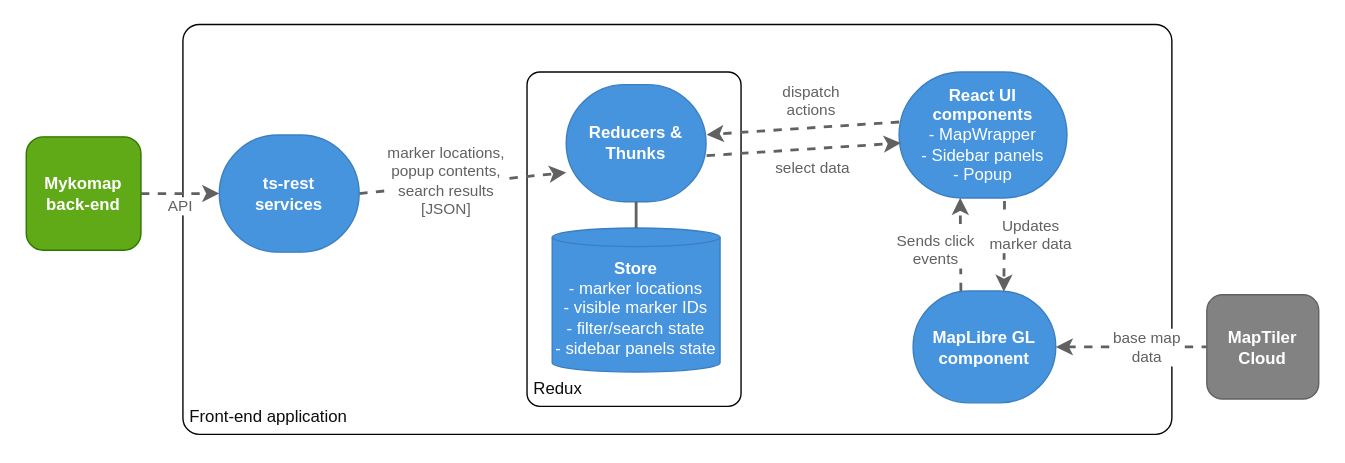
This is docs/images/architecture-front-end.drawio.svg from DigitalCommons/mykomap-monolith, a draw.io export, as it was before one commit. Source tidied: cells renumbered, new cells last; positions are measured from the earlier drawing's top-left corner, leaving out a move shared by most shapes.
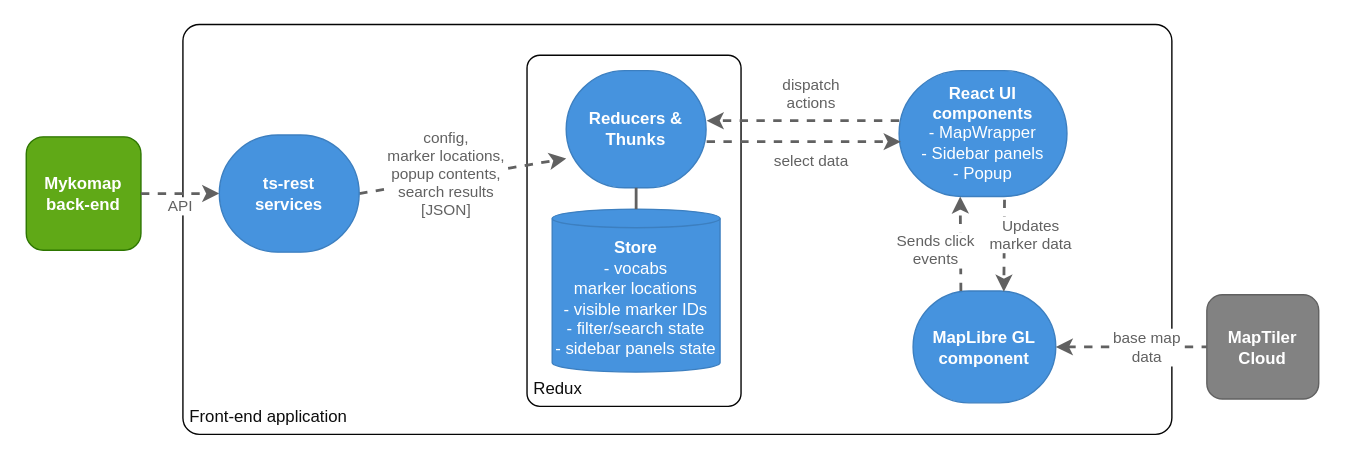
Above is the later version.

Commit message:
[front-end] Docs update

The edit, as a diff of the source:
```diff
@@ -9,7 +9,7 @@
       <mxGeometry x="130" y="17" width="707" height="293" as="geometry" />
     </mxCell>
     <mxCell id="4" value="&lt;b&gt;React UI components&lt;/b&gt;&lt;br&gt;- MapWrapper&lt;br&gt;- Sidebar panels&lt;br&gt;- Popup" style="rounded=1;whiteSpace=wrap;html=1;fillColor=#4693DE;strokeColor=#3c7fc0;fontColor=#ffffff;arcSize=50;" parent="1" vertex="1">
-      <mxGeometry x="642" y="51" width="120" height="90" as="geometry" />
+      <mxGeometry x="642" y="50" width="120" height="90" as="geometry" />
     </mxCell>
     <mxCell id="5" value="&lt;b&gt;Mykomap&lt;br&gt;back-end&lt;br&gt;&lt;/b&gt;" style="rounded=1;whiteSpace=wrap;html=1;fillColor=#60a917;strokeColor=#2D7600;fontColor=#ffffff;" parent="1" vertex="1">
       <mxGeometry x="18" y="97.3" width="82" height="81.1" as="geometry" />
@@ -21,7 +21,7 @@
       <mxGeometry x="0.25" y="19" relative="1" as="geometry" />
     </mxCell>
     <mxCell id="8" value="Redux" style="rounded=1;whiteSpace=wrap;html=1;labelBackgroundColor=none;strokeColor=#050505;fontColor=#0D0D0D;fillColor=#FFFFFF;arcSize=6;align=left;verticalAlign=bottom;spacing=5;perimeterSpacing=0;" parent="1" vertex="1">
-      <mxGeometry x="376" y="51" width="153" height="239" as="geometry" />
+      <mxGeometry x="376" y="39" width="153" height="251" as="geometry" />
     </mxCell>
     <mxCell id="9" value="dispatch&lt;br&gt;actions" style="endArrow=classic;html=1;entryX=1.004;entryY=0.427;entryDx=0;entryDy=0;exitX=0;exitY=0.397;exitDx=0;exitDy=0;dashed=1;strokeWidth=2;strokeColor=#616161;labelBackgroundColor=#FFFFFF;fontColor=#616161;horizontal=1;verticalAlign=bottom;exitPerimeter=0;entryPerimeter=0;" parent="1" edge="1" source="4" target="12">
       <mxGeometry x="-0.1" y="-4" relative="1" as="geometry">
@@ -31,11 +31,11 @@
     <mxCell id="10" value="select data" style="endArrow=classic;html=1;dashed=1;strokeWidth=2;strokeColor=#616161;labelBackgroundColor=#FFFFFF;fontColor=#616161;exitX=1.004;exitY=0.606;exitDx=0;exitDy=0;verticalAlign=middle;horizontal=1;entryX=0.01;entryY=0.564;entryDx=0;entryDy=0;exitPerimeter=0;entryPerimeter=0;" parent="1" edge="1" source="12" target="4">
       <mxGeometry x="0.08" y="-14" relative="1" as="geometry" />
     </mxCell>
-    <mxCell id="11" value="&lt;font&gt;&lt;b&gt;Store&lt;/b&gt;&lt;br&gt;- marker locations&lt;br&gt;- visible marker IDs&lt;br&gt;- filter/search state&lt;br&gt;- sidebar panels state&lt;br&gt;&lt;/font&gt;" style="shape=cylinder3;whiteSpace=wrap;html=1;boundedLbl=1;backgroundOutline=1;size=6.64705882352942;labelBackgroundColor=none;strokeColor=#3c7fc0;fontColor=#FFFFFF;fillColor=#4693DE;rounded=1;" parent="1" vertex="1">
-      <mxGeometry x="394" y="162.5" width="120" height="103" as="geometry" />
+    <mxCell id="11" value="&lt;font&gt;&lt;b&gt;Store&lt;/b&gt;&lt;br&gt;- vocabs&lt;br&gt;marker locations&lt;br&gt;- visible marker IDs&lt;br&gt;- filter/search state&lt;br&gt;- sidebar panels state&lt;br&gt;&lt;/font&gt;" style="shape=cylinder3;whiteSpace=wrap;html=1;boundedLbl=1;backgroundOutline=1;size=6.64705882352942;labelBackgroundColor=none;strokeColor=#3c7fc0;fontColor=#FFFFFF;fillColor=#4693DE;rounded=1;" parent="1" vertex="1">
+      <mxGeometry x="394" y="149" width="120" height="116.5" as="geometry" />
     </mxCell>
     <mxCell id="12" value="&lt;b&gt;Reducers &amp;amp; Thunks&lt;/b&gt;" style="rounded=1;whiteSpace=wrap;html=1;fillColor=#4693DE;strokeColor=#3c7fc0;fontColor=#ffffff;arcSize=50;" parent="1" vertex="1">
-      <mxGeometry x="404" y="60" width="100" height="83.8" as="geometry" />
+      <mxGeometry x="404" y="50" width="100" height="83.8" as="geometry" />
     </mxCell>
     <mxCell id="13" style="edgeStyle=none;html=1;strokeColor=#616161;strokeWidth=2;endArrow=none;endFill=0;" parent="1" edge="1" source="12" target="11">
       <mxGeometry relative="1" as="geometry" />
@@ -49,7 +49,7 @@
     <mxCell id="16" value="&lt;b&gt;MapTiler Cloud&lt;/b&gt;" style="rounded=1;whiteSpace=wrap;html=1;fillColor=#828282;strokeColor=#616161;fontColor=#ffffff;" parent="1" vertex="1">
       <mxGeometry x="862" y="210.2" width="80" height="74.5" as="geometry" />
     </mxCell>
-    <mxCell id="17" value="marker locations,&lt;br&gt;popup contents,&lt;br&gt;search results&lt;br&gt;[JSON]" style="endArrow=classic;html=1;dashed=1;strokeWidth=2;strokeColor=#616161;labelBackgroundColor=#FFFFFF;fontColor=#616161;verticalAlign=middle;horizontal=1;entryX=0;entryY=0.75;entryDx=0;entryDy=0;exitX=1;exitY=0.5;exitDx=0;exitDy=0;" parent="1" edge="1" source="19" target="12">
+    <mxCell id="17" value="config,&lt;br&gt;marker locations,&lt;br&gt;popup contents,&lt;br&gt;search results&lt;br&gt;[JSON]" style="endArrow=classic;html=1;dashed=1;strokeWidth=2;strokeColor=#616161;labelBackgroundColor=#FFFFFF;fontColor=#616161;verticalAlign=middle;horizontal=1;entryX=0;entryY=0.75;entryDx=0;entryDy=0;exitX=1;exitY=0.5;exitDx=0;exitDy=0;" parent="1" edge="1" source="19" target="12">
       <mxGeometry x="-0.16" y="3" relative="1" as="geometry" />
     </mxCell>
     <mxCell id="18" value="API" style="endArrow=classic;html=1;dashed=1;strokeWidth=2;strokeColor=#616161;labelBackgroundColor=#FFFFFF;fontColor=#616161;verticalAlign=bottom;horizontal=1;entryX=0;entryY=0.5;entryDx=0;entryDy=0;exitX=1;exitY=0.5;exitDx=0;exitDy=0;" parent="1" edge="1" source="5" target="19">
```
